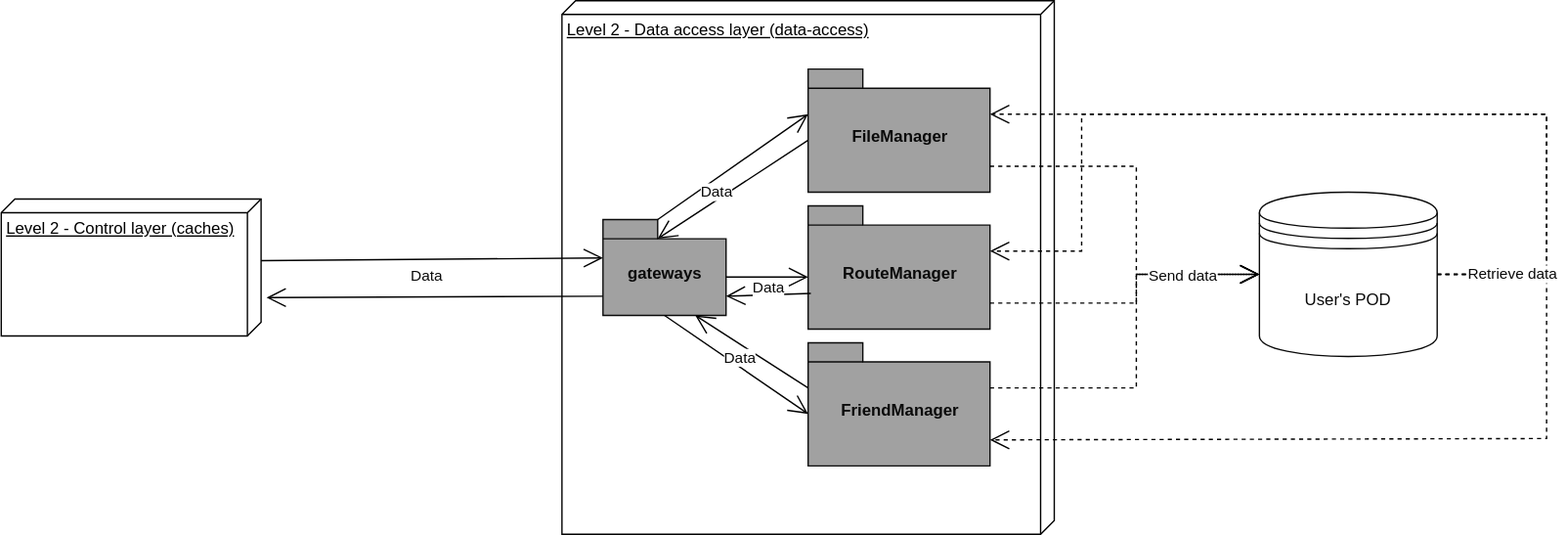
Above: src/docs/images/05_BuildingBlocks-Level 2 - Data.svg in Arquisoft/viade_en2b (draw.io), before the change. Source tidied: cells renumbered, new cells last; positions are measured from the earlier drawing's top-left corner, leaving out a move shared by most shapes. Source of this version:
```xml
<mxGraphModel>
  <root>
    <mxCell id="0" />
    <mxCell id="1" parent="0" />
    <mxCell id="2" value="Level 2 - Data access layer (data-access)" style="verticalAlign=top;align=left;spacingTop=8;spacingLeft=2;spacingRight=12;shape=cube;size=10;direction=south;fontStyle=4;html=1;" parent="1" vertex="1">
      <mxGeometry x="410" width="360" height="390" as="geometry" />
    </mxCell>
    <mxCell id="3" value="gateways" style="shape=folder;fontStyle=1;spacingTop=10;tabWidth=40;tabHeight=14;tabPosition=left;html=1;shadow=0;comic=0;strokeColor=#0A0A0A;fillColor=#A1A1A1;gradientColor=none;fontColor=#0A0A0A;" parent="1" vertex="1">
      <mxGeometry x="440" y="160" width="90" height="70" as="geometry" />
    </mxCell>
    <mxCell id="4" value="FileManager" style="shape=folder;fontStyle=1;spacingTop=10;tabWidth=40;tabHeight=14;tabPosition=left;html=1;shadow=0;comic=0;strokeColor=#0A0A0A;fillColor=#A1A1A1;gradientColor=none;fontColor=#0A0A0A;" parent="1" vertex="1">
      <mxGeometry x="590" y="50" width="133" height="90" as="geometry" />
    </mxCell>
    <mxCell id="5" value="RouteManager" style="shape=folder;fontStyle=1;spacingTop=10;tabWidth=40;tabHeight=14;tabPosition=left;html=1;shadow=0;comic=0;strokeColor=#0A0A0A;fillColor=#A1A1A1;gradientColor=none;fontColor=#0A0A0A;" parent="1" vertex="1">
      <mxGeometry x="590" y="150" width="133" height="90" as="geometry" />
    </mxCell>
    <mxCell id="6" value="FriendManager" style="shape=folder;fontStyle=1;spacingTop=10;tabWidth=40;tabHeight=14;tabPosition=left;html=1;shadow=0;comic=0;strokeColor=#0A0A0A;fillColor=#A1A1A1;gradientColor=none;fontColor=#0A0A0A;" parent="1" vertex="1">
      <mxGeometry x="590" y="250" width="133" height="90" as="geometry" />
    </mxCell>
    <mxCell id="7" style="endArrow=open;endFill=1;endSize=12;html=1;fontColor=#0A0A0A;exitX=0;exitY=0;exitDx=40;exitDy=0;exitPerimeter=0;entryX=0;entryY=0;entryDx=0;entryDy=33;entryPerimeter=0;" parent="1" edge="1" source="3" target="4">
      <mxGeometry relative="1" as="geometry" />
    </mxCell>
    <mxCell id="8" style="endArrow=open;endFill=1;endSize=12;html=1;fontColor=#0A0A0A;exitX=0;exitY=0;exitDx=0;exitDy=52;exitPerimeter=0;entryX=0;entryY=0;entryDx=40;entryDy=14;entryPerimeter=0;" parent="1" edge="1" source="4" target="3">
      <mxGeometry relative="1" as="geometry" />
    </mxCell>
    <mxCell id="9" value="Data" style="edgeLabel;html=1;align=center;verticalAlign=middle;fontColor=#0A0A0A;" parent="8" vertex="1">
      <mxGeometry x="0.27" y="3" relative="1" as="geometry">
        <mxPoint y="-10" as="offset" />
      </mxGeometry>
    </mxCell>
    <mxCell id="10" style="endArrow=open;endFill=1;endSize=12;html=1;fontColor=#0A0A0A;exitX=0.015;exitY=0.711;exitDx=0;exitDy=0;exitPerimeter=0;entryX=0;entryY=0;entryDx=90;entryDy=56;entryPerimeter=0;" parent="1" edge="1" source="5" target="3">
      <mxGeometry relative="1" as="geometry" />
    </mxCell>
    <mxCell id="11" value="Data" style="edgeLabel;html=1;align=center;verticalAlign=middle;fontColor=#0A0A0A;" parent="10" vertex="1">
      <mxGeometry x="-0.36" y="-1" relative="1" as="geometry">
        <mxPoint x="-12" y="-3.6" as="offset" />
      </mxGeometry>
    </mxCell>
    <mxCell id="12" style="endArrow=open;endFill=1;endSize=12;html=1;fontColor=#0A0A0A;exitX=0;exitY=0;exitDx=90;exitDy=42;exitPerimeter=0;entryX=0;entryY=0;entryDx=0;entryDy=52;entryPerimeter=0;" parent="1" edge="1" source="3" target="5">
      <mxGeometry relative="1" as="geometry" />
    </mxCell>
    <mxCell id="13" style="endArrow=open;endFill=1;endSize=12;html=1;fontColor=#0A0A0A;exitX=0;exitY=0;exitDx=0;exitDy=33;exitPerimeter=0;entryX=0.75;entryY=1;entryDx=0;entryDy=0;entryPerimeter=0;" parent="1" edge="1" source="6" target="3">
      <mxGeometry relative="1" as="geometry" />
    </mxCell>
    <mxCell id="14" style="endArrow=open;endFill=1;endSize=12;html=1;fontColor=#0A0A0A;exitX=0.5;exitY=1;exitDx=0;exitDy=0;exitPerimeter=0;entryX=0;entryY=0;entryDx=0;entryDy=52;entryPerimeter=0;" parent="1" edge="1" source="3" target="6">
      <mxGeometry relative="1" as="geometry" />
    </mxCell>
    <mxCell id="15" value="Data" style="edgeLabel;html=1;align=center;verticalAlign=middle;fontColor=#0A0A0A;" parent="14" vertex="1">
      <mxGeometry x="0.23" relative="1" as="geometry">
        <mxPoint x="-9.3" y="-14.1" as="offset" />
      </mxGeometry>
    </mxCell>
    <mxCell id="16" value="Level 2 - Control layer (caches)" style="verticalAlign=top;align=left;spacingTop=8;spacingLeft=2;spacingRight=12;shape=cube;size=10;direction=south;fontStyle=4;html=1;" parent="1" vertex="1">
      <mxGeometry y="145" width="190" height="100" as="geometry" />
    </mxCell>
    <mxCell id="17" style="endArrow=open;endFill=1;endSize=12;html=1;fontColor=#0A0A0A;exitX=0;exitY=0;exitDx=45;exitDy=0;exitPerimeter=0;entryX=0;entryY=0;entryDx=0;entryDy=28;entryPerimeter=0;" parent="1" edge="1" source="16" target="3">
      <mxGeometry relative="1" as="geometry" />
    </mxCell>
    <mxCell id="18" style="endArrow=open;endFill=1;endSize=12;html=1;fontColor=#0A0A0A;exitX=0;exitY=0;exitDx=0;exitDy=56;exitPerimeter=0;entryX=0.72;entryY=-0.021;entryDx=0;entryDy=0;entryPerimeter=0;" parent="1" edge="1" source="3" target="16">
      <mxGeometry relative="1" as="geometry" />
    </mxCell>
    <mxCell id="19" value="Data" style="edgeLabel;html=1;align=center;verticalAlign=middle;fontColor=#0A0A0A;" parent="18" vertex="1">
      <mxGeometry x="0.27" y="3" relative="1" as="geometry">
        <mxPoint x="26" y="-19.6" as="offset" />
      </mxGeometry>
    </mxCell>
    <mxCell id="20" value="User's POD" style="shape=datastore;whiteSpace=wrap;html=1;shadow=0;comic=0;strokeColor=#0A0A0A;fillColor=#FFFFFF;gradientColor=none;fontColor=#0A0A0A;" parent="1" vertex="1">
      <mxGeometry x="920" y="140" width="130" height="120" as="geometry" />
    </mxCell>
    <mxCell id="21" style="endArrow=open;endSize=12;dashed=1;html=1;fontColor=#0A0A0A;exitX=0;exitY=0;exitDx=133;exitDy=71;exitPerimeter=0;entryX=0;entryY=0.5;entryDx=0;entryDy=0;rounded=0;" parent="1" edge="1" source="4" target="20">
      <mxGeometry relative="1" as="geometry">
        <Array as="points">
          <mxPoint x="830" y="121" />
          <mxPoint x="830" y="200" />
        </Array>
      </mxGeometry>
    </mxCell>
    <mxCell id="22" style="endArrow=open;endSize=12;dashed=1;html=1;fontColor=#0A0A0A;exitX=0;exitY=0;exitDx=133;exitDy=33;exitPerimeter=0;entryX=0;entryY=0.5;entryDx=0;entryDy=0;rounded=0;" parent="1" edge="1" source="6">
      <mxGeometry relative="1" as="geometry">
        <mxPoint x="920" y="200" as="targetPoint" />
        <Array as="points">
          <mxPoint x="830" y="283" />
          <mxPoint x="830" y="200" />
        </Array>
      </mxGeometry>
    </mxCell>
    <mxCell id="23" style="endArrow=open;endSize=12;dashed=1;html=1;fontColor=#0A0A0A;exitX=0;exitY=0;exitDx=133;exitDy=71;exitPerimeter=0;entryX=0;entryY=0.5;entryDx=0;entryDy=0;rounded=0;" parent="1" edge="1" source="5">
      <mxGeometry relative="1" as="geometry">
        <mxPoint x="920" y="200" as="targetPoint" />
        <Array as="points">
          <mxPoint x="830" y="221" />
          <mxPoint x="830" y="200" />
        </Array>
      </mxGeometry>
    </mxCell>
    <mxCell id="24" value="Send data" style="edgeLabel;html=1;align=center;verticalAlign=middle;fontColor=#0A0A0A;" parent="23" vertex="1">
      <mxGeometry x="0.48" relative="1" as="geometry" />
    </mxCell>
    <mxCell id="25" style="endArrow=open;endSize=12;dashed=1;html=1;fontColor=#0A0A0A;exitX=1;exitY=0.5;exitDx=0;exitDy=0;entryX=0;entryY=0;entryDx=133;entryDy=71;rounded=0;entryPerimeter=0;" parent="1" edge="1" source="20" target="6">
      <mxGeometry relative="1" as="geometry">
        <Array as="points">
          <mxPoint x="1130" y="200" />
          <mxPoint x="1130" y="320" />
        </Array>
      </mxGeometry>
    </mxCell>
    <mxCell id="26" style="endArrow=open;endSize=12;dashed=1;html=1;fontColor=#0A0A0A;exitX=1;exitY=0.5;exitDx=0;exitDy=0;entryX=0;entryY=0;entryDx=133;entryDy=33;rounded=0;entryPerimeter=0;" parent="1" edge="1" target="4">
      <mxGeometry relative="1" as="geometry">
        <mxPoint x="1050" y="200" as="sourcePoint" />
        <Array as="points">
          <mxPoint x="1130" y="200" />
          <mxPoint x="1130" y="83" />
        </Array>
      </mxGeometry>
    </mxCell>
    <mxCell id="27" style="endArrow=open;endSize=12;dashed=1;html=1;fontColor=#0A0A0A;exitX=1;exitY=0.5;exitDx=0;exitDy=0;entryX=0;entryY=0;entryDx=133;entryDy=33;rounded=0;entryPerimeter=0;" parent="1" edge="1" target="5">
      <mxGeometry relative="1" as="geometry">
        <mxPoint x="1050" y="200" as="sourcePoint" />
        <Array as="points">
          <mxPoint x="1130" y="200" />
          <mxPoint x="1130" y="83" />
          <mxPoint x="790" y="83" />
          <mxPoint x="790" y="183" />
        </Array>
      </mxGeometry>
    </mxCell>
    <mxCell id="28" value="Retrieve data" style="edgeLabel;html=1;align=center;verticalAlign=middle;fontColor=#0A0A0A;" parent="27" vertex="1">
      <mxGeometry x="-0.85" y="1" relative="1" as="geometry" />
    </mxCell>
  </root>
</mxGraphModel>
```
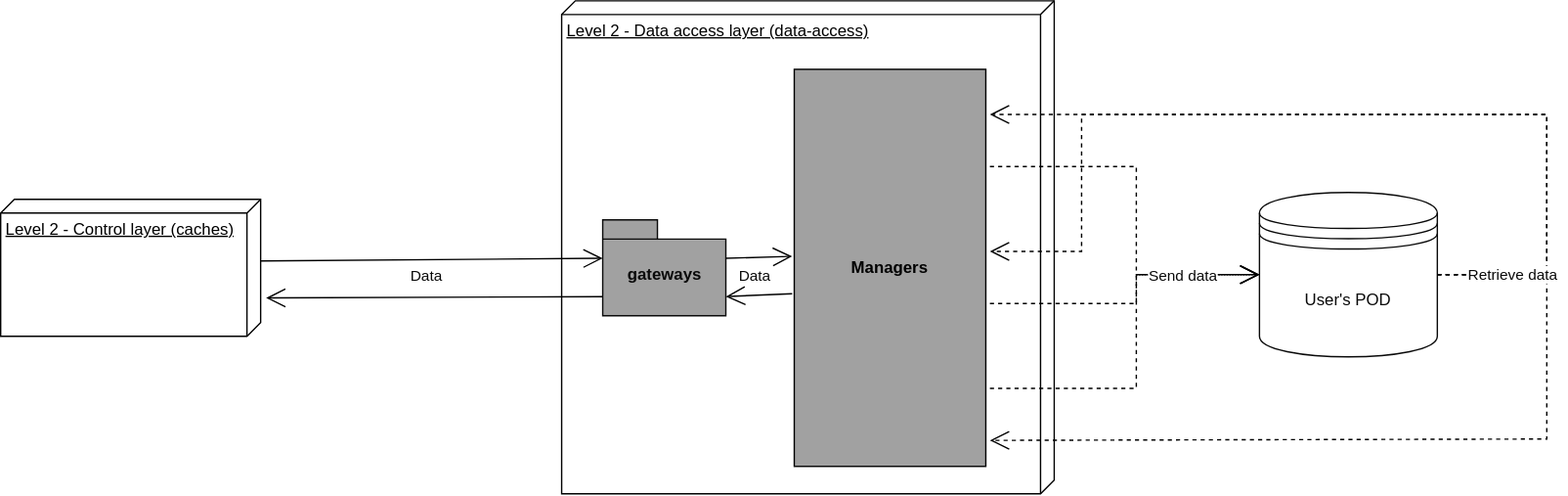
Later version of the same file.

What changed in the source:
```diff
@@ -3,53 +3,11 @@
     <mxCell id="0" />
     <mxCell id="1" parent="0" />
     <mxCell id="2" value="Level 2 - Data access layer (data-access)" style="verticalAlign=top;align=left;spacingTop=8;spacingLeft=2;spacingRight=12;shape=cube;size=10;direction=south;fontStyle=4;html=1;" parent="1" vertex="1">
-      <mxGeometry x="410" width="360" height="390" as="geometry" />
+      <mxGeometry x="410" width="360" height="360" as="geometry" />
     </mxCell>
     <mxCell id="3" value="gateways" style="shape=folder;fontStyle=1;spacingTop=10;tabWidth=40;tabHeight=14;tabPosition=left;html=1;shadow=0;comic=0;strokeColor=#0A0A0A;fillColor=#A1A1A1;gradientColor=none;fontColor=#0A0A0A;" parent="1" vertex="1">
       <mxGeometry x="440" y="160" width="90" height="70" as="geometry" />
     </mxCell>
-    <mxCell id="4" value="FileManager" style="shape=folder;fontStyle=1;spacingTop=10;tabWidth=40;tabHeight=14;tabPosition=left;html=1;shadow=0;comic=0;strokeColor=#0A0A0A;fillColor=#A1A1A1;gradientColor=none;fontColor=#0A0A0A;" parent="1" vertex="1">
-      <mxGeometry x="590" y="50" width="133" height="90" as="geometry" />
-    </mxCell>
-    <mxCell id="5" value="RouteManager" style="shape=folder;fontStyle=1;spacingTop=10;tabWidth=40;tabHeight=14;tabPosition=left;html=1;shadow=0;comic=0;strokeColor=#0A0A0A;fillColor=#A1A1A1;gradientColor=none;fontColor=#0A0A0A;" parent="1" vertex="1">
-      <mxGeometry x="590" y="150" width="133" height="90" as="geometry" />
-    </mxCell>
-    <mxCell id="6" value="FriendManager" style="shape=folder;fontStyle=1;spacingTop=10;tabWidth=40;tabHeight=14;tabPosition=left;html=1;shadow=0;comic=0;strokeColor=#0A0A0A;fillColor=#A1A1A1;gradientColor=none;fontColor=#0A0A0A;" parent="1" vertex="1">
-      <mxGeometry x="590" y="250" width="133" height="90" as="geometry" />
-    </mxCell>
-    <mxCell id="7" style="endArrow=open;endFill=1;endSize=12;html=1;fontColor=#0A0A0A;exitX=0;exitY=0;exitDx=40;exitDy=0;exitPerimeter=0;entryX=0;entryY=0;entryDx=0;entryDy=33;entryPerimeter=0;" parent="1" edge="1" source="3" target="4">
-      <mxGeometry relative="1" as="geometry" />
-    </mxCell>
-    <mxCell id="8" style="endArrow=open;endFill=1;endSize=12;html=1;fontColor=#0A0A0A;exitX=0;exitY=0;exitDx=0;exitDy=52;exitPerimeter=0;entryX=0;entryY=0;entryDx=40;entryDy=14;entryPerimeter=0;" parent="1" edge="1" source="4" target="3">
-      <mxGeometry relative="1" as="geometry" />
-    </mxCell>
-    <mxCell id="9" value="Data" style="edgeLabel;html=1;align=center;verticalAlign=middle;fontColor=#0A0A0A;" parent="8" vertex="1">
-      <mxGeometry x="0.27" y="3" relative="1" as="geometry">
-        <mxPoint y="-10" as="offset" />
-      </mxGeometry>
-    </mxCell>
-    <mxCell id="10" style="endArrow=open;endFill=1;endSize=12;html=1;fontColor=#0A0A0A;exitX=0.015;exitY=0.711;exitDx=0;exitDy=0;exitPerimeter=0;entryX=0;entryY=0;entryDx=90;entryDy=56;entryPerimeter=0;" parent="1" edge="1" source="5" target="3">
-      <mxGeometry relative="1" as="geometry" />
-    </mxCell>
-    <mxCell id="11" value="Data" style="edgeLabel;html=1;align=center;verticalAlign=middle;fontColor=#0A0A0A;" parent="10" vertex="1">
-      <mxGeometry x="-0.36" y="-1" relative="1" as="geometry">
-        <mxPoint x="-12" y="-3.6" as="offset" />
-      </mxGeometry>
-    </mxCell>
-    <mxCell id="12" style="endArrow=open;endFill=1;endSize=12;html=1;fontColor=#0A0A0A;exitX=0;exitY=0;exitDx=90;exitDy=42;exitPerimeter=0;entryX=0;entryY=0;entryDx=0;entryDy=52;entryPerimeter=0;" parent="1" edge="1" source="3" target="5">
-      <mxGeometry relative="1" as="geometry" />
-    </mxCell>
-    <mxCell id="13" style="endArrow=open;endFill=1;endSize=12;html=1;fontColor=#0A0A0A;exitX=0;exitY=0;exitDx=0;exitDy=33;exitPerimeter=0;entryX=0.75;entryY=1;entryDx=0;entryDy=0;entryPerimeter=0;" parent="1" edge="1" source="6" target="3">
-      <mxGeometry relative="1" as="geometry" />
-    </mxCell>
-    <mxCell id="14" style="endArrow=open;endFill=1;endSize=12;html=1;fontColor=#0A0A0A;exitX=0.5;exitY=1;exitDx=0;exitDy=0;exitPerimeter=0;entryX=0;entryY=0;entryDx=0;entryDy=52;entryPerimeter=0;" parent="1" edge="1" source="3" target="6">
-      <mxGeometry relative="1" as="geometry" />
-    </mxCell>
-    <mxCell id="15" value="Data" style="edgeLabel;html=1;align=center;verticalAlign=middle;fontColor=#0A0A0A;" parent="14" vertex="1">
-      <mxGeometry x="0.23" relative="1" as="geometry">
-        <mxPoint x="-9.3" y="-14.1" as="offset" />
-      </mxGeometry>
-    </mxCell>
     <mxCell id="16" value="Level 2 - Control layer (caches)" style="verticalAlign=top;align=left;spacingTop=8;spacingLeft=2;spacingRight=12;shape=cube;size=10;direction=south;fontStyle=4;html=1;" parent="1" vertex="1">
       <mxGeometry y="145" width="190" height="100" as="geometry" />
     </mxCell>
@@ -67,16 +25,18 @@
     <mxCell id="20" value="User's POD" style="shape=datastore;whiteSpace=wrap;html=1;shadow=0;comic=0;strokeColor=#0A0A0A;fillColor=#FFFFFF;gradientColor=none;fontColor=#0A0A0A;" parent="1" vertex="1">
       <mxGeometry x="920" y="140" width="130" height="120" as="geometry" />
     </mxCell>
-    <mxCell id="21" style="endArrow=open;endSize=12;dashed=1;html=1;fontColor=#0A0A0A;exitX=0;exitY=0;exitDx=133;exitDy=71;exitPerimeter=0;entryX=0;entryY=0.5;entryDx=0;entryDy=0;rounded=0;" parent="1" edge="1" source="4" target="20">
+    <mxCell id="21" style="endArrow=open;endSize=12;dashed=1;html=1;fontColor=#0A0A0A;exitX=0;exitY=0;exitDx=133;exitDy=71;exitPerimeter=0;entryX=0;entryY=0.5;entryDx=0;entryDy=0;rounded=0;" parent="1" edge="1" target="20">
       <mxGeometry relative="1" as="geometry">
+        <mxPoint x="723" y="121" as="sourcePoint" />
         <Array as="points">
           <mxPoint x="830" y="121" />
           <mxPoint x="830" y="200" />
         </Array>
       </mxGeometry>
     </mxCell>
-    <mxCell id="22" style="endArrow=open;endSize=12;dashed=1;html=1;fontColor=#0A0A0A;exitX=0;exitY=0;exitDx=133;exitDy=33;exitPerimeter=0;entryX=0;entryY=0.5;entryDx=0;entryDy=0;rounded=0;" parent="1" edge="1" source="6">
+    <mxCell id="22" style="endArrow=open;endSize=12;dashed=1;html=1;fontColor=#0A0A0A;exitX=0;exitY=0;exitDx=133;exitDy=33;exitPerimeter=0;entryX=0;entryY=0.5;entryDx=0;entryDy=0;rounded=0;" parent="1" edge="1">
       <mxGeometry relative="1" as="geometry">
+        <mxPoint x="723" y="283" as="sourcePoint" />
         <mxPoint x="920" y="200" as="targetPoint" />
         <Array as="points">
           <mxPoint x="830" y="283" />
@@ -84,8 +44,9 @@
         </Array>
       </mxGeometry>
     </mxCell>
-    <mxCell id="23" style="endArrow=open;endSize=12;dashed=1;html=1;fontColor=#0A0A0A;exitX=0;exitY=0;exitDx=133;exitDy=71;exitPerimeter=0;entryX=0;entryY=0.5;entryDx=0;entryDy=0;rounded=0;" parent="1" edge="1" source="5">
+    <mxCell id="23" style="endArrow=open;endSize=12;dashed=1;html=1;fontColor=#0A0A0A;exitX=0;exitY=0;exitDx=133;exitDy=71;exitPerimeter=0;entryX=0;entryY=0.5;entryDx=0;entryDy=0;rounded=0;" parent="1" edge="1">
       <mxGeometry relative="1" as="geometry">
+        <mxPoint x="723" y="221" as="sourcePoint" />
         <mxPoint x="920" y="200" as="targetPoint" />
         <Array as="points">
           <mxPoint x="830" y="221" />
@@ -96,26 +57,29 @@
     <mxCell id="24" value="Send data" style="edgeLabel;html=1;align=center;verticalAlign=middle;fontColor=#0A0A0A;" parent="23" vertex="1">
       <mxGeometry x="0.48" relative="1" as="geometry" />
     </mxCell>
-    <mxCell id="25" style="endArrow=open;endSize=12;dashed=1;html=1;fontColor=#0A0A0A;exitX=1;exitY=0.5;exitDx=0;exitDy=0;entryX=0;entryY=0;entryDx=133;entryDy=71;rounded=0;entryPerimeter=0;" parent="1" edge="1" source="20" target="6">
+    <mxCell id="25" style="endArrow=open;endSize=12;dashed=1;html=1;fontColor=#0A0A0A;exitX=1;exitY=0.5;exitDx=0;exitDy=0;entryX=0;entryY=0;entryDx=133;entryDy=71;rounded=0;entryPerimeter=0;" parent="1" edge="1" source="20">
       <mxGeometry relative="1" as="geometry">
+        <mxPoint x="723" y="321" as="targetPoint" />
         <Array as="points">
           <mxPoint x="1130" y="200" />
           <mxPoint x="1130" y="320" />
         </Array>
       </mxGeometry>
     </mxCell>
-    <mxCell id="26" style="endArrow=open;endSize=12;dashed=1;html=1;fontColor=#0A0A0A;exitX=1;exitY=0.5;exitDx=0;exitDy=0;entryX=0;entryY=0;entryDx=133;entryDy=33;rounded=0;entryPerimeter=0;" parent="1" edge="1" target="4">
+    <mxCell id="26" style="endArrow=open;endSize=12;dashed=1;html=1;fontColor=#0A0A0A;exitX=1;exitY=0.5;exitDx=0;exitDy=0;entryX=0;entryY=0;entryDx=133;entryDy=33;rounded=0;entryPerimeter=0;" parent="1" edge="1">
       <mxGeometry relative="1" as="geometry">
         <mxPoint x="1050" y="200" as="sourcePoint" />
+        <mxPoint x="723" y="83" as="targetPoint" />
         <Array as="points">
           <mxPoint x="1130" y="200" />
           <mxPoint x="1130" y="83" />
         </Array>
       </mxGeometry>
     </mxCell>
-    <mxCell id="27" style="endArrow=open;endSize=12;dashed=1;html=1;fontColor=#0A0A0A;exitX=1;exitY=0.5;exitDx=0;exitDy=0;entryX=0;entryY=0;entryDx=133;entryDy=33;rounded=0;entryPerimeter=0;" parent="1" edge="1" target="5">
+    <mxCell id="27" style="endArrow=open;endSize=12;dashed=1;html=1;fontColor=#0A0A0A;exitX=1;exitY=0.5;exitDx=0;exitDy=0;entryX=0;entryY=0;entryDx=133;entryDy=33;rounded=0;entryPerimeter=0;" parent="1" edge="1">
       <mxGeometry relative="1" as="geometry">
         <mxPoint x="1050" y="200" as="sourcePoint" />
+        <mxPoint x="723" y="183" as="targetPoint" />
         <Array as="points">
           <mxPoint x="1130" y="200" />
           <mxPoint x="1130" y="83" />
@@ -127,5 +91,19 @@
     <mxCell id="28" value="Retrieve data" style="edgeLabel;html=1;align=center;verticalAlign=middle;fontColor=#0A0A0A;" parent="27" vertex="1">
       <mxGeometry x="-0.85" y="1" relative="1" as="geometry" />
     </mxCell>
+    <mxCell id="29" value="&lt;b&gt;Managers&lt;/b&gt;" style="rounded=0;whiteSpace=wrap;html=1;fillColor=#A1A1A1;" parent="1" vertex="1">
+      <mxGeometry x="580" y="50" width="140" height="290" as="geometry" />
+    </mxCell>
+    <mxCell id="30" style="endArrow=open;endFill=1;endSize=12;html=1;fontColor=#0A0A0A;exitX=0;exitY=0;exitDx=90;exitDy=28;exitPerimeter=0;entryX=-0.011;entryY=0.471;entryDx=0;entryDy=0;entryPerimeter=0;" parent="1" edge="1" source="3" target="29">
+      <mxGeometry relative="1" as="geometry" />
+    </mxCell>
+    <mxCell id="31" style="endArrow=open;endFill=1;endSize=12;html=1;fontColor=#0A0A0A;exitX=-0.011;exitY=0.565;exitDx=0;exitDy=0;exitPerimeter=0;entryX=0;entryY=0;entryDx=90;entryDy=56;entryPerimeter=0;" parent="1" edge="1" source="29" target="3">
+      <mxGeometry relative="1" as="geometry" />
+    </mxCell>
+    <mxCell id="32" value="Data" style="edgeLabel;html=1;align=center;verticalAlign=middle;fontColor=#0A0A0A;" parent="31" vertex="1">
+      <mxGeometry x="0.27" y="3" relative="1" as="geometry">
+        <mxPoint x="2" y="-18.2" as="offset" />
+      </mxGeometry>
+    </mxCell>
   </root>
 </mxGraphModel>
```
